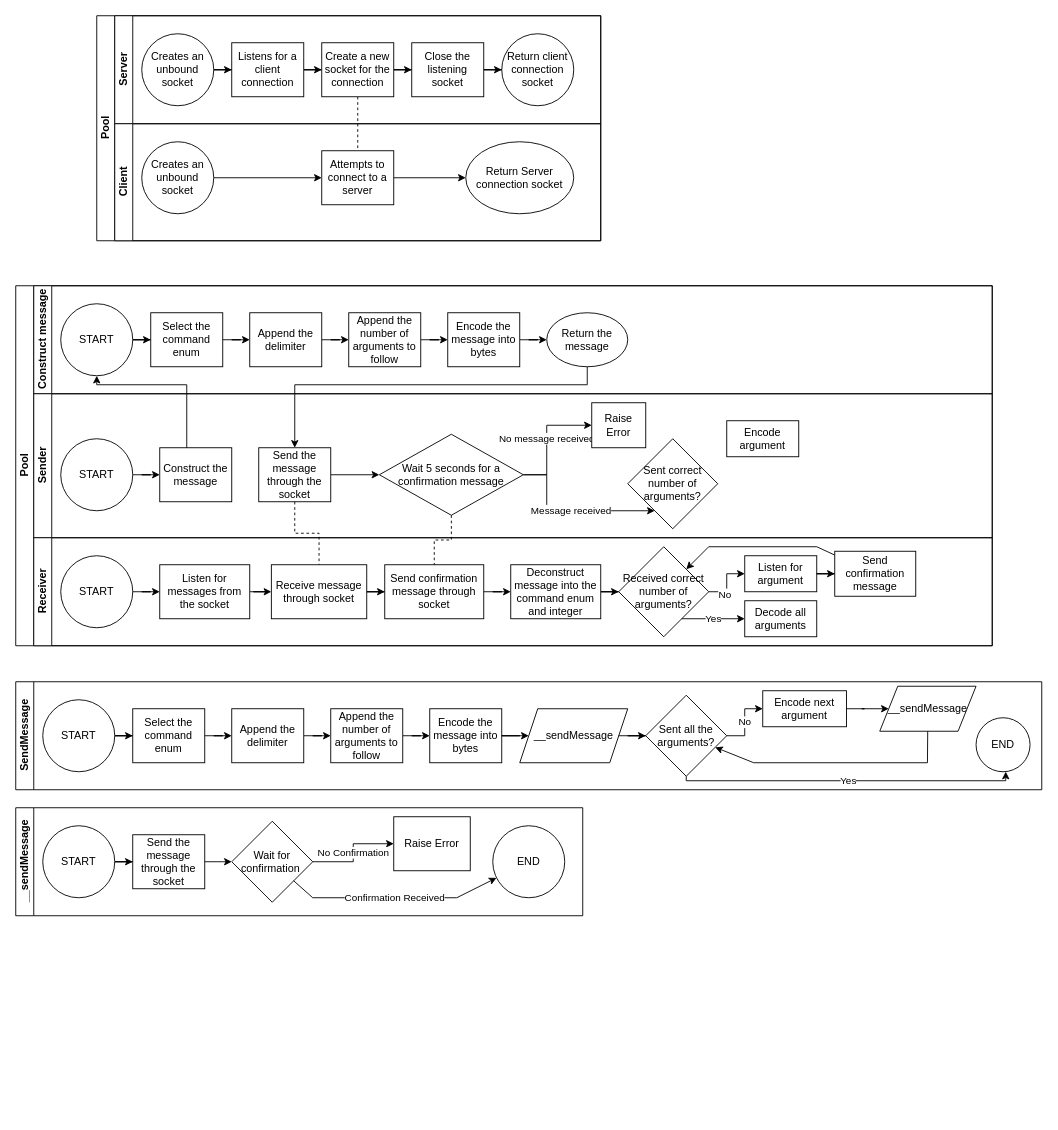
Before: Swim lane diagrams.drawio in Rufushwilliams/NEA---MasterMind, a draw.io diagram. Source tidied: cells renumbered, new cells numbered last; positions are measured from the earlier drawing's top-left corner, leaving out a move shared by most shapes. Both pictures are drawn from the tidied source at 90%, with x=0, y=0 at pixel (15, 15).
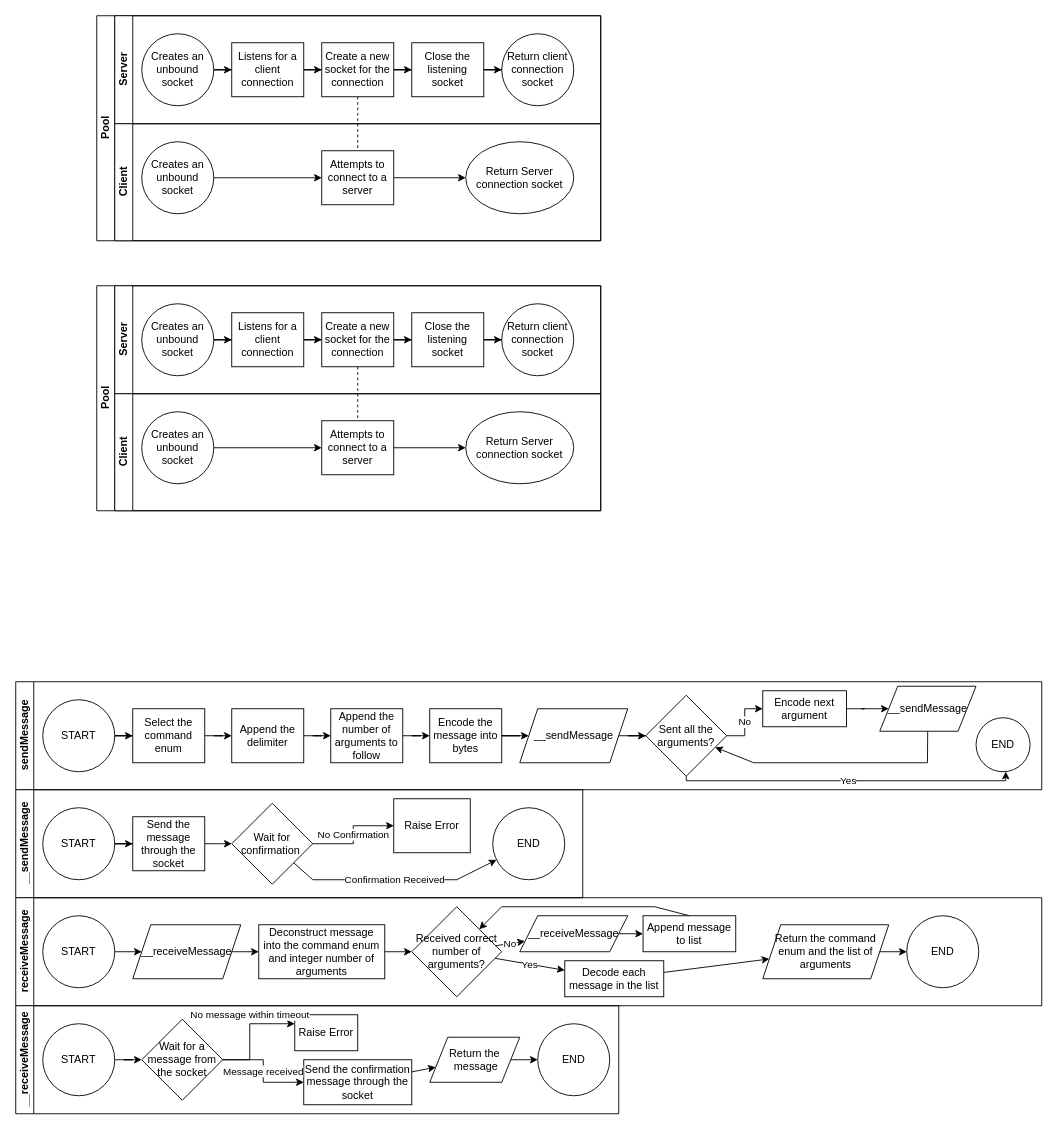
Above is the later version.

Change to the diagram source:
```diff
@@
-    <mxCell id="20" value="Pool" style="swimlane;html=1;horizontal=0;startSize=20;" parent="1" vertex="1">
-      <mxGeometry y="300" width="1085" height="400" as="geometry" />
-    </mxCell>
-    <mxCell id="21" value="Construct message" style="swimlane;html=1;startSize=20;horizontal=0;" parent="20" vertex="1">
-      <mxGeometry x="20" width="1065" height="120" as="geometry" />
-    </mxCell>
-    <mxCell id="22" style="edgeStyle=orthogonalEdgeStyle;rounded=0;jettySize=auto;html=1;" parent="21" edge="1" source="23" target="24">
-      <mxGeometry relative="1" as="geometry" />
-    </mxCell>
-    <mxCell id="23" value="START" style="ellipse;whiteSpace=wrap;html=1;" parent="21" vertex="1">
-      <mxGeometry x="30" y="20" width="80" height="80" as="geometry" />
-    </mxCell>
-    <mxCell id="24" value="Select the command enum" style="rounded=0;whiteSpace=wrap;html=1;fontFamily=Helvetica;fontSize=12;fontColor=#000000;align=center;" parent="21" vertex="1">
-      <mxGeometry x="130" y="30" width="80" height="60" as="geometry" />
-    </mxCell>
-    <mxCell id="25" style="edgeStyle=orthogonalEdgeStyle;rounded=0;jettySize=auto;html=1;" parent="21" edge="1" source="26" target="29">
-      <mxGeometry relative="1" as="geometry" />
-    </mxCell>
-    <mxCell id="26" value="Append the delimiter" style="rounded=0;whiteSpace=wrap;html=1;fontFamily=Helvetica;fontSize=12;fontColor=#000000;align=center;" parent="21" vertex="1">
-      <mxGeometry x="240" y="30" width="80" height="60" as="geometry" />
-    </mxCell>
-    <mxCell id="27" style="edgeStyle=orthogonalEdgeStyle;rounded=0;jettySize=auto;html=1;" parent="21" edge="1" source="24" target="26">
-      <mxGeometry relative="1" as="geometry" />
-    </mxCell>
-    <mxCell id="28" style="edgeStyle=orthogonalEdgeStyle;rounded=0;jettySize=auto;html=1;" parent="21" edge="1" source="29" target="31">
-      <mxGeometry relative="1" as="geometry" />
-    </mxCell>
-    <mxCell id="29" value="Append the number of arguments to follow" style="rounded=0;whiteSpace=wrap;html=1;fontFamily=Helvetica;fontSize=12;fontColor=#000000;align=center;" parent="21" vertex="1">
-      <mxGeometry x="350" y="30" width="80" height="60" as="geometry" />
-    </mxCell>
-    <mxCell id="30" style="edgeStyle=orthogonalEdgeStyle;rounded=0;jettySize=auto;html=1;" parent="21" edge="1" source="31" target="32">
-      <mxGeometry relative="1" as="geometry" />
-    </mxCell>
-    <mxCell id="31" value="Encode the message into bytes" style="rounded=0;whiteSpace=wrap;html=1;fontFamily=Helvetica;fontSize=12;fontColor=#000000;align=center;" parent="21" vertex="1">
-      <mxGeometry x="460" y="30" width="80" height="60" as="geometry" />
-    </mxCell>
-    <mxCell id="32" value="Return the message" style="ellipse;whiteSpace=wrap;html=1;fontColor=#000000;rounded=0;" parent="21" vertex="1">
-      <mxGeometry x="570" y="30" width="90" height="60" as="geometry" />
-    </mxCell>
-    <mxCell id="33" value="Sender" style="swimlane;html=1;startSize=20;horizontal=0;" parent="20" vertex="1">
-      <mxGeometry x="20" y="120" width="1065" height="160" as="geometry" />
-    </mxCell>
-    <mxCell id="34" style="edgeStyle=orthogonalEdgeStyle;rounded=0;jettySize=auto;html=1;" parent="33" edge="1" source="35" target="36">
-      <mxGeometry relative="1" as="geometry" />
-    </mxCell>
-    <mxCell id="35" value="START" style="ellipse;whiteSpace=wrap;html=1;" parent="33" vertex="1">
-      <mxGeometry x="30" y="50" width="80" height="80" as="geometry" />
-    </mxCell>
-    <mxCell id="36" value="Construct the message" style="rounded=0;whiteSpace=wrap;html=1;fontFamily=Helvetica;fontSize=12;fontColor=#000000;align=center;" parent="33" vertex="1">
-      <mxGeometry x="140" y="60" width="80" height="60" as="geometry" />
-    </mxCell>
-    <mxCell id="37" style="edgeStyle=orthogonalEdgeStyle;rounded=0;jettySize=auto;html=1;" parent="33" edge="1" source="38" target="40">
-      <mxGeometry relative="1" as="geometry" />
-    </mxCell>
-    <mxCell id="38" value="Send the message through the socket" style="rounded=0;whiteSpace=wrap;html=1;fontFamily=Helvetica;fontSize=12;fontColor=#000000;align=center;" parent="33" vertex="1">
-      <mxGeometry x="250" y="60" width="80" height="60" as="geometry" />
-    </mxCell>
-    <mxCell id="39" value="No message received" style="edgeStyle=orthogonalEdgeStyle;rounded=0;jettySize=auto;html=1;" parent="33" edge="1" source="40" target="41">
-      <mxGeometry relative="1" as="geometry">
-        <Array as="points">
-          <mxPoint x="570" y="90" />
-          <mxPoint x="570" y="35" />
-        </Array>
-      </mxGeometry>
-    </mxCell>
-    <mxCell id="40" value="Wait 5 seconds for a confirmation message" style="rhombus;whiteSpace=wrap;html=1;fontColor=#000000;rounded=0;" parent="33" vertex="1">
-      <mxGeometry x="384" y="45" width="160" height="90" as="geometry" />
-    </mxCell>
-    <mxCell id="41" value="Raise Error" style="whiteSpace=wrap;html=1;fontColor=#000000;rounded=0;" parent="33" vertex="1">
-      <mxGeometry x="620" y="10" width="60" height="50" as="geometry" />
-    </mxCell>
-    <mxCell id="42" value="Message received" style="edgeStyle=orthogonalEdgeStyle;rounded=0;jettySize=auto;html=1;" parent="33" edge="1" source="40" target="43">
-      <mxGeometry relative="1" as="geometry">
-        <Array as="points">
-          <mxPoint x="570" y="90" />
-          <mxPoint x="570" y="130" />
-        </Array>
-      </mxGeometry>
-    </mxCell>
-    <mxCell id="43" value="Sent correct number of arguments?" style="rhombus;whiteSpace=wrap;html=1;" parent="33" vertex="1">
-      <mxGeometry x="660" y="50" width="100" height="100" as="geometry" />
-    </mxCell>
-    <mxCell id="44" value="Encode argument" style="whiteSpace=wrap;html=1;" parent="33" vertex="1">
-      <mxGeometry x="770" y="30" width="80" height="40" as="geometry" />
-    </mxCell>
-    <mxCell id="45" value="Receiver" style="swimlane;html=1;startSize=20;horizontal=0;" parent="20" vertex="1">
-      <mxGeometry x="20" y="280" width="1065" height="120" as="geometry" />
-    </mxCell>
-    <mxCell id="46" value="START" style="ellipse;whiteSpace=wrap;html=1;" parent="45" vertex="1">
-      <mxGeometry x="30" y="20" width="80" height="80" as="geometry" />
-    </mxCell>
-    <mxCell id="47" style="edgeStyle=orthogonalEdgeStyle;rounded=0;jettySize=auto;html=1;" parent="45" edge="1" source="48" target="52">
-      <mxGeometry relative="1" as="geometry" />
-    </mxCell>
-    <mxCell id="48" value="Receive message through socket" style="whiteSpace=wrap;html=1;" parent="45" vertex="1">
-      <mxGeometry x="264" y="30" width="106" height="60" as="geometry" />
-    </mxCell>
-    <mxCell id="49" style="edgeStyle=orthogonalEdgeStyle;rounded=0;jettySize=auto;html=1;" parent="45" edge="1" source="50" target="48">
-      <mxGeometry relative="1" as="geometry" />
-    </mxCell>
-    <mxCell id="50" value="Listen for messages from the socket" style="whiteSpace=wrap;html=1;" parent="45" vertex="1">
-      <mxGeometry x="140" y="30" width="100" height="60" as="geometry" />
-    </mxCell>
-    <mxCell id="51" style="edgeStyle=orthogonalEdgeStyle;rounded=0;jettySize=auto;html=1;" parent="45" edge="1" source="46" target="50">
-      <mxGeometry relative="1" as="geometry" />
-    </mxCell>
-    <mxCell id="52" value="Send confirmation message through socket" style="whiteSpace=wrap;html=1;" parent="45" vertex="1">
-      <mxGeometry x="390" y="30" width="110" height="60" as="geometry" />
-    </mxCell>
-    <mxCell id="53" style="edgeStyle=orthogonalEdgeStyle;rounded=0;jettySize=auto;html=1;" parent="45" edge="1" source="54" target="56">
-      <mxGeometry relative="1" as="geometry" />
-    </mxCell>
-    <mxCell id="54" value="Deconstruct message into the command enum and integer" style="whiteSpace=wrap;html=1;" parent="45" vertex="1">
-      <mxGeometry x="530" y="30" width="100" height="60" as="geometry" />
-    </mxCell>
-    <mxCell id="55" style="edgeStyle=orthogonalEdgeStyle;rounded=0;jettySize=auto;html=1;" parent="45" edge="1" source="52" target="54">
-      <mxGeometry relative="1" as="geometry" />
-    </mxCell>
-    <mxCell id="56" value="Received correct number of arguments?" style="rhombus;whiteSpace=wrap;html=1;" parent="45" vertex="1">
-      <mxGeometry x="650" y="10" width="100" height="100" as="geometry" />
-    </mxCell>
-    <mxCell id="57" value="Listen for argument" style="whiteSpace=wrap;html=1;" parent="45" vertex="1">
-      <mxGeometry x="790" y="20" width="80" height="40" as="geometry" />
-    </mxCell>
-    <mxCell id="58" style="edgeStyle=orthogonalEdgeStyle;rounded=0;jettySize=auto;html=1;" parent="45" edge="1" source="56" target="57">
-      <mxGeometry relative="1" as="geometry" />
-    </mxCell>
-    <mxCell id="59" value="No" style="edgeLabel;html=1;align=center;verticalAlign=middle;" parent="58" vertex="1">
-      <mxGeometry x="-0.42" y="-2" relative="1" as="geometry" />
-    </mxCell>
-    <mxCell id="60" value="Send confirmation message" style="whiteSpace=wrap;html=1;" parent="45" vertex="1">
-      <mxGeometry x="890" y="15" width="90" height="50" as="geometry" />
-    </mxCell>
-    <mxCell id="61" style="edgeStyle=orthogonalEdgeStyle;rounded=0;jettySize=auto;html=1;" parent="45" edge="1" source="57" target="60">
-      <mxGeometry relative="1" as="geometry" />
-    </mxCell>
-    <mxCell id="62" style="endArrow=classic;html=1;rounded=0;" parent="45" edge="1" source="60" target="56">
-      <mxGeometry relative="1" as="geometry">
-        <Array as="points">
-          <mxPoint x="870" y="10" />
-          <mxPoint x="750" y="10" />
-        </Array>
-      </mxGeometry>
-    </mxCell>
-    <mxCell id="63" value="Decode all arguments" style="whiteSpace=wrap;html=1;" parent="45" vertex="1">
-      <mxGeometry x="790" y="70" width="80" height="40" as="geometry" />
-    </mxCell>
-    <mxCell id="64" value="Yes" style="edgeStyle=orthogonalEdgeStyle;rounded=0;jettySize=auto;html=1;" parent="45" edge="1" source="56" target="63">
-      <mxGeometry relative="1" as="geometry">
-        <Array as="points">
-          <mxPoint x="760" y="90" />
-          <mxPoint x="760" y="90" />
-        </Array>
-      </mxGeometry>
-    </mxCell>
-    <mxCell id="65" style="edgeStyle=orthogonalEdgeStyle;rounded=0;jettySize=auto;html=1;" parent="20" edge="1" source="36" target="23">
-      <mxGeometry relative="1" as="geometry">
-        <Array as="points">
-          <mxPoint x="190" y="110" />
-          <mxPoint x="90" y="110" />
-        </Array>
-      </mxGeometry>
-    </mxCell>
-    <mxCell id="66" style="edgeStyle=orthogonalEdgeStyle;rounded=0;jettySize=auto;html=1;" parent="20" edge="1" source="32" target="38">
-      <mxGeometry relative="1" as="geometry">
-        <Array as="points">
-          <mxPoint x="635" y="110" />
-          <mxPoint x="310" y="110" />
-        </Array>
-      </mxGeometry>
-    </mxCell>
-    <mxCell id="67" style="edgeStyle=orthogonalEdgeStyle;rounded=0;jettySize=auto;html=1;dashed=1;endArrow=none;endFill=0;" parent="20" edge="1" source="38" target="48">
-      <mxGeometry relative="1" as="geometry" />
-    </mxCell>
-    <mxCell id="68" style="edgeStyle=orthogonalEdgeStyle;rounded=0;jettySize=auto;html=1;dashed=1;endArrow=none;endFill=0;" parent="20" edge="1" source="40" target="52">
-      <mxGeometry relative="1" as="geometry" />
-    </mxCell>
-    <mxCell id="69" value="SendMessage" style="swimlane;html=1;startSize=20;horizontal=0;" parent="1" vertex="1">
+    <mxCell id="69" value="sendMessage" style="swimlane;html=1;startSize=20;horizontal=0;" parent="1" vertex="1">
       <mxGeometry y="740" width="1140" height="120" as="geometry" />
     </mxCell>
@@
     <mxCell id="90" value="__sendMessage" style="swimlane;html=1;startSize=20;horizontal=0;" parent="1" vertex="1">
-      <mxGeometry y="880" width="630" height="120" as="geometry" />
+      <mxGeometry y="860" width="630" height="120" as="geometry" />
     </mxCell>
@@
+    <mxCell id="100" value="receiveMessage" style="swimlane;html=1;startSize=20;horizontal=0;" parent="1" vertex="1">
+      <mxGeometry y="980" width="1140" height="120" as="geometry" />
+    </mxCell>
+    <mxCell id="101" value="START" style="ellipse;whiteSpace=wrap;html=1;" parent="100" vertex="1">
+      <mxGeometry x="30" y="20" width="80" height="80" as="geometry" />
+    </mxCell>
+    <mxCell id="102" value="__receiveMessage" style="shape=parallelogram;perimeter=parallelogramPerimeter;whiteSpace=wrap;html=1;fixedSize=1;" parent="100" vertex="1">
+      <mxGeometry x="130" y="30" width="120" height="60" as="geometry" />
+    </mxCell>
+    <mxCell id="103" style="endArrow=classic;html=1;rounded=0;" parent="100" edge="1" source="101" target="102">
+      <mxGeometry relative="1" as="geometry" />
+    </mxCell>
+    <mxCell id="104" value="Deconstruct message into the command enum and integer number of arguments" style="whiteSpace=wrap;html=1;" parent="100" vertex="1">
+      <mxGeometry x="270" y="30" width="140" height="60" as="geometry" />
+    </mxCell>
+    <mxCell id="56" value="Received correct number of arguments?" style="rhombus;whiteSpace=wrap;html=1;" parent="100" vertex="1">
+      <mxGeometry x="440" y="10" width="100" height="100" as="geometry" />
+    </mxCell>
+    <mxCell id="105" value="__receiveMessage" style="shape=parallelogram;perimeter=parallelogramPerimeter;whiteSpace=wrap;html=1;fixedSize=1;" parent="100" vertex="1">
+      <mxGeometry x="560" y="20" width="120" height="40" as="geometry" />
+    </mxCell>
+    <mxCell id="106" value="Append message to list" style="rounded=0;whiteSpace=wrap;html=1;" parent="100" vertex="1">
+      <mxGeometry x="697" y="20" width="103" height="40" as="geometry" />
+    </mxCell>
+    <mxCell id="107" value="Decode each message in the list" style="rounded=0;whiteSpace=wrap;html=1;" parent="100" vertex="1">
+      <mxGeometry x="610" y="70" width="110" height="40" as="geometry" />
+    </mxCell>
+    <mxCell id="108" value="END" style="ellipse;whiteSpace=wrap;html=1;" parent="100" vertex="1">
+      <mxGeometry x="990" y="20" width="80" height="80" as="geometry" />
+    </mxCell>
+    <mxCell id="109" value="Return the command enum and the list of arguments" style="shape=parallelogram;perimeter=parallelogramPerimeter;whiteSpace=wrap;html=1;fixedSize=1;" parent="100" vertex="1">
+      <mxGeometry x="830" y="30" width="140" height="60" as="geometry" />
+    </mxCell>
+    <mxCell id="110" style="endArrow=classic;html=1;rounded=0;" parent="100" edge="1" source="102" target="104">
+      <mxGeometry relative="1" as="geometry" />
+    </mxCell>
+    <mxCell id="111" style="endArrow=classic;html=1;rounded=0;" parent="100" edge="1" source="104" target="56">
+      <mxGeometry relative="1" as="geometry" />
+    </mxCell>
+    <mxCell id="59" value="No" style="endArrow=classic;html=1;rounded=0;" parent="100" edge="1" source="56" target="105">
+      <mxGeometry relative="1" as="geometry" />
+    </mxCell>
+    <mxCell id="64" value="Yes" style="endArrow=classic;html=1;rounded=0;" parent="100" edge="1" source="56" target="107">
+      <mxGeometry relative="1" as="geometry" />
+    </mxCell>
+    <mxCell id="112" style="endArrow=classic;html=1;rounded=0;" parent="100" edge="1" source="105" target="106">
+      <mxGeometry relative="1" as="geometry" />
+    </mxCell>
+    <mxCell id="113" style="endArrow=classic;html=1;rounded=0;exitX=0.5;exitY=0;exitDx=0;exitDy=0;" parent="100" edge="1" source="106" target="56">
+      <mxGeometry relative="1" as="geometry">
+        <Array as="points">
+          <mxPoint x="710" y="10" />
+          <mxPoint x="540" y="10" />
+        </Array>
+      </mxGeometry>
+    </mxCell>
+    <mxCell id="114" style="endArrow=classic;html=1;rounded=0;" parent="100" edge="1" source="107" target="109">
+      <mxGeometry relative="1" as="geometry" />
+    </mxCell>
+    <mxCell id="115" style="endArrow=classic;html=1;rounded=0;" parent="100" edge="1" source="109" target="108">
+      <mxGeometry relative="1" as="geometry" />
+    </mxCell>
+    <mxCell id="116" value="__receiveMessage" style="swimlane;html=1;startSize=20;horizontal=0;" parent="1" vertex="1">
+      <mxGeometry y="1100" width="670" height="120" as="geometry" />
+    </mxCell>
+    <mxCell id="117" style="edgeStyle=orthogonalEdgeStyle;rounded=0;jettySize=auto;html=1;" parent="116" edge="1" source="118" target="119">
+      <mxGeometry relative="1" as="geometry" />
+    </mxCell>
+    <mxCell id="118" value="START" style="ellipse;whiteSpace=wrap;html=1;" parent="116" vertex="1">
+      <mxGeometry x="30" y="20" width="80" height="80" as="geometry" />
+    </mxCell>
+    <mxCell id="119" value="Wait for a message from the socket" style="rhombus;whiteSpace=wrap;html=1;" parent="116" vertex="1">
+      <mxGeometry x="140" y="15" width="90" height="90" as="geometry" />
+    </mxCell>
+    <mxCell id="41" value="Raise Error" style="whiteSpace=wrap;html=1;" parent="116" vertex="1">
+      <mxGeometry x="310" y="10" width="70" height="40" as="geometry" />
+    </mxCell>
+    <mxCell id="120" value="No message within timeout" style="edgeStyle=orthogonalEdgeStyle;rounded=0;jettySize=auto;html=1;" parent="116" edge="1" source="119" target="41">
+      <mxGeometry x="0.17" y="10" relative="1" as="geometry">
+        <Array as="points">
+          <mxPoint x="260" y="60" />
+          <mxPoint x="260" y="20" />
+        </Array>
+      </mxGeometry>
+    </mxCell>
+    <mxCell id="121" value="END" style="ellipse;whiteSpace=wrap;html=1;" parent="116" vertex="1">
+      <mxGeometry x="580" y="20" width="80" height="80" as="geometry" />
+    </mxCell>
+    <mxCell id="122" value="Send the confirmation message through the socket" style="rounded=0;whiteSpace=wrap;html=1;fontFamily=Helvetica;fontSize=12;fontColor=#000000;align=center;" parent="116" vertex="1">
+      <mxGeometry x="320" y="60" width="120" height="50" as="geometry" />
+    </mxCell>
+    <mxCell id="42" value="Message received" style="edgeStyle=orthogonalEdgeStyle;rounded=0;jettySize=auto;html=1;" parent="116" edge="1" source="119" target="122">
+      <mxGeometry relative="1" as="geometry" />
+    </mxCell>
+    <mxCell id="32" value="Return the&lt;br&gt;&amp;nbsp;message" style="shape=parallelogram;perimeter=parallelogramPerimeter;whiteSpace=wrap;html=1;fixedSize=1;" parent="116" vertex="1">
+      <mxGeometry x="460" y="35" width="100" height="50" as="geometry" />
+    </mxCell>
+    <mxCell id="123" style="endArrow=classic;html=1;rounded=0;" parent="116" edge="1" source="122" target="32">
+      <mxGeometry relative="1" as="geometry" />
+    </mxCell>
+    <mxCell id="124" style="endArrow=classic;html=1;rounded=0;" parent="116" edge="1" source="32" target="121">
+      <mxGeometry relative="1" as="geometry" />
+    </mxCell>
+    <mxCell id="20" value="Pool" style="swimlane;html=1;horizontal=0;startSize=20;" parent="1" vertex="1">
+      <mxGeometry x="90" y="300" width="560" height="250" as="geometry" />
+    </mxCell>
+    <mxCell id="125" style="edgeStyle=orthogonalEdgeStyle;rounded=0;jettySize=auto;html=1;dashed=1;endArrow=none;endFill=0;" parent="20" edge="1" source="132" target="138">
+      <mxGeometry relative="1" as="geometry" />
+    </mxCell>
+    <mxCell id="126" value="Server" style="swimlane;html=1;startSize=20;horizontal=0;" parent="20" vertex="1">
+      <mxGeometry x="20" width="540" height="120" as="geometry" />
+    </mxCell>
+    <mxCell id="127" style="edgeStyle=orthogonalEdgeStyle;rounded=0;jettySize=auto;html=1;" parent="126" edge="1" source="128" target="130">
+      <mxGeometry relative="1" as="geometry" />
+    </mxCell>
+    <mxCell id="128" value="Creates an unbound socket" style="ellipse;whiteSpace=wrap;html=1;" parent="126" vertex="1">
+      <mxGeometry x="30" y="20" width="80" height="80" as="geometry" />
+    </mxCell>
+    <mxCell id="129" style="edgeStyle=orthogonalEdgeStyle;rounded=0;jettySize=auto;html=1;" parent="126" edge="1" source="130" target="132">
+      <mxGeometry relative="1" as="geometry" />
+    </mxCell>
+    <mxCell id="130" value="Listens for a client connection" style="rounded=0;whiteSpace=wrap;html=1;fontFamily=Helvetica;fontSize=12;fontColor=#000000;align=center;" parent="126" vertex="1">
+      <mxGeometry x="130" y="30" width="80" height="60" as="geometry" />
+    </mxCell>
+    <mxCell id="131" style="edgeStyle=orthogonalEdgeStyle;rounded=0;jettySize=auto;html=1;" parent="126" edge="1" source="132" target="135">
+      <mxGeometry relative="1" as="geometry" />
+    </mxCell>
+    <mxCell id="132" value="Create a new socket for the connection" style="rounded=0;whiteSpace=wrap;html=1;fontFamily=Helvetica;fontSize=12;fontColor=#000000;align=center;" parent="126" vertex="1">
+      <mxGeometry x="230" y="30" width="80" height="60" as="geometry" />
+    </mxCell>
+    <mxCell id="133" value="Return client connection socket" style="ellipse;whiteSpace=wrap;html=1;" parent="126" vertex="1">
+      <mxGeometry x="430" y="20" width="80" height="80" as="geometry" />
+    </mxCell>
+    <mxCell id="134" style="edgeStyle=orthogonalEdgeStyle;rounded=0;jettySize=auto;html=1;" parent="126" edge="1" source="135" target="133">
+      <mxGeometry relative="1" as="geometry" />
+    </mxCell>
+    <mxCell id="135" value="Close the listening socket" style="rounded=0;whiteSpace=wrap;html=1;fontFamily=Helvetica;fontSize=12;fontColor=#000000;align=center;" parent="126" vertex="1">
+      <mxGeometry x="330" y="30" width="80" height="60" as="geometry" />
+    </mxCell>
+    <mxCell id="136" value="Client" style="swimlane;html=1;startSize=20;horizontal=0;" parent="20" vertex="1">
+      <mxGeometry x="20" y="120" width="540" height="130" as="geometry" />
+    </mxCell>
+    <mxCell id="137" style="edgeStyle=orthogonalEdgeStyle;rounded=0;jettySize=auto;html=1;" parent="136" edge="1" source="138" target="141">
+      <mxGeometry relative="1" as="geometry" />
+    </mxCell>
+    <mxCell id="138" value="Attempts to connect to a server" style="rounded=0;whiteSpace=wrap;html=1;fontFamily=Helvetica;fontSize=12;fontColor=#000000;align=center;" parent="136" vertex="1">
+      <mxGeometry x="230" y="30" width="80" height="60" as="geometry" />
+    </mxCell>
+    <mxCell id="139" style="edgeStyle=orthogonalEdgeStyle;rounded=0;jettySize=auto;html=1;" parent="136" edge="1" source="140" target="138">
+      <mxGeometry relative="1" as="geometry" />
+    </mxCell>
+    <mxCell id="140" value="Creates an unbound socket" style="ellipse;whiteSpace=wrap;html=1;" parent="136" vertex="1">
+      <mxGeometry x="30" y="20" width="80" height="80" as="geometry" />
+    </mxCell>
+    <mxCell id="141" value="Return Server connection socket" style="ellipse;whiteSpace=wrap;html=1;" parent="136" vertex="1">
+      <mxGeometry x="390" y="20" width="120" height="80" as="geometry" />
+    </mxCell>
```
